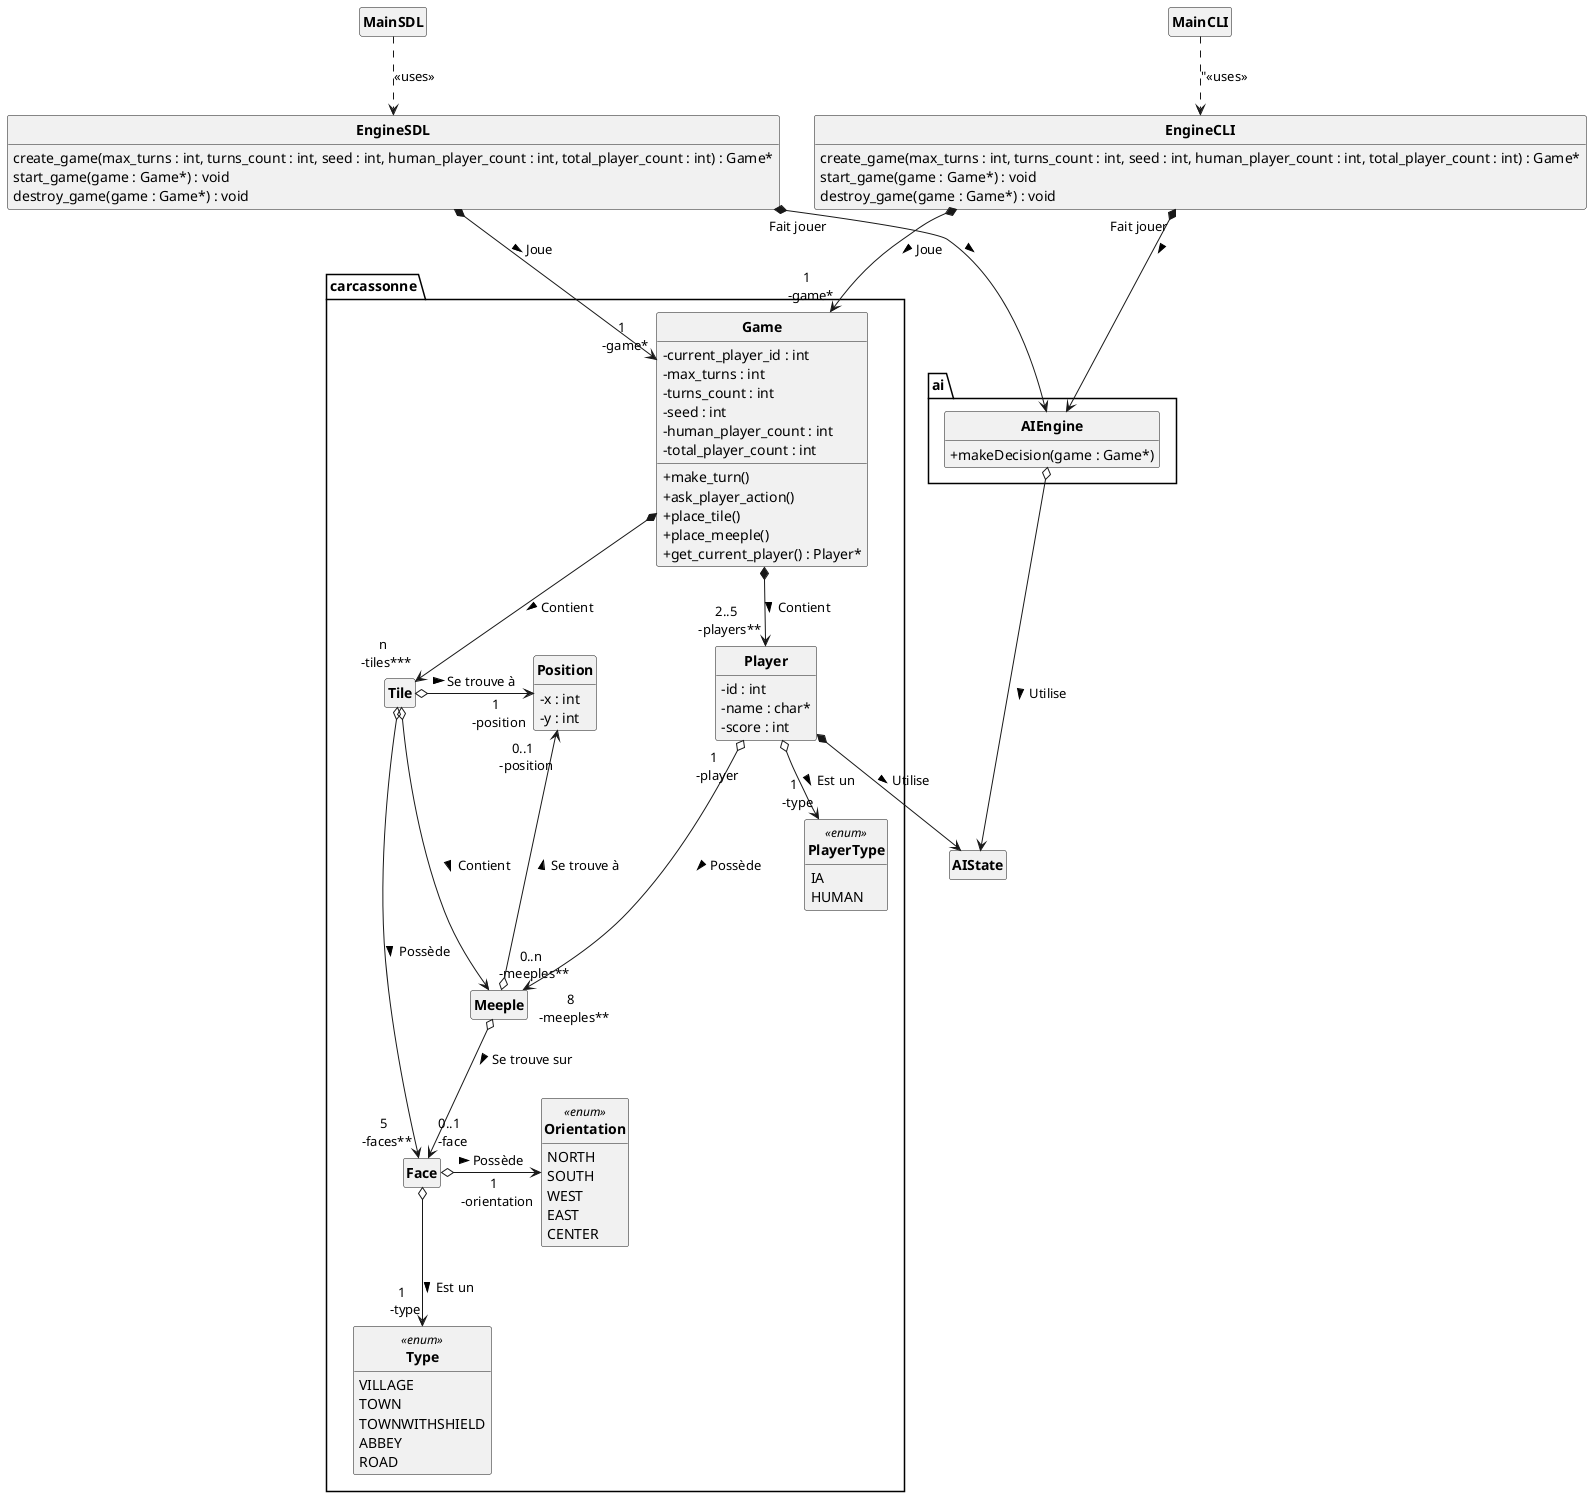
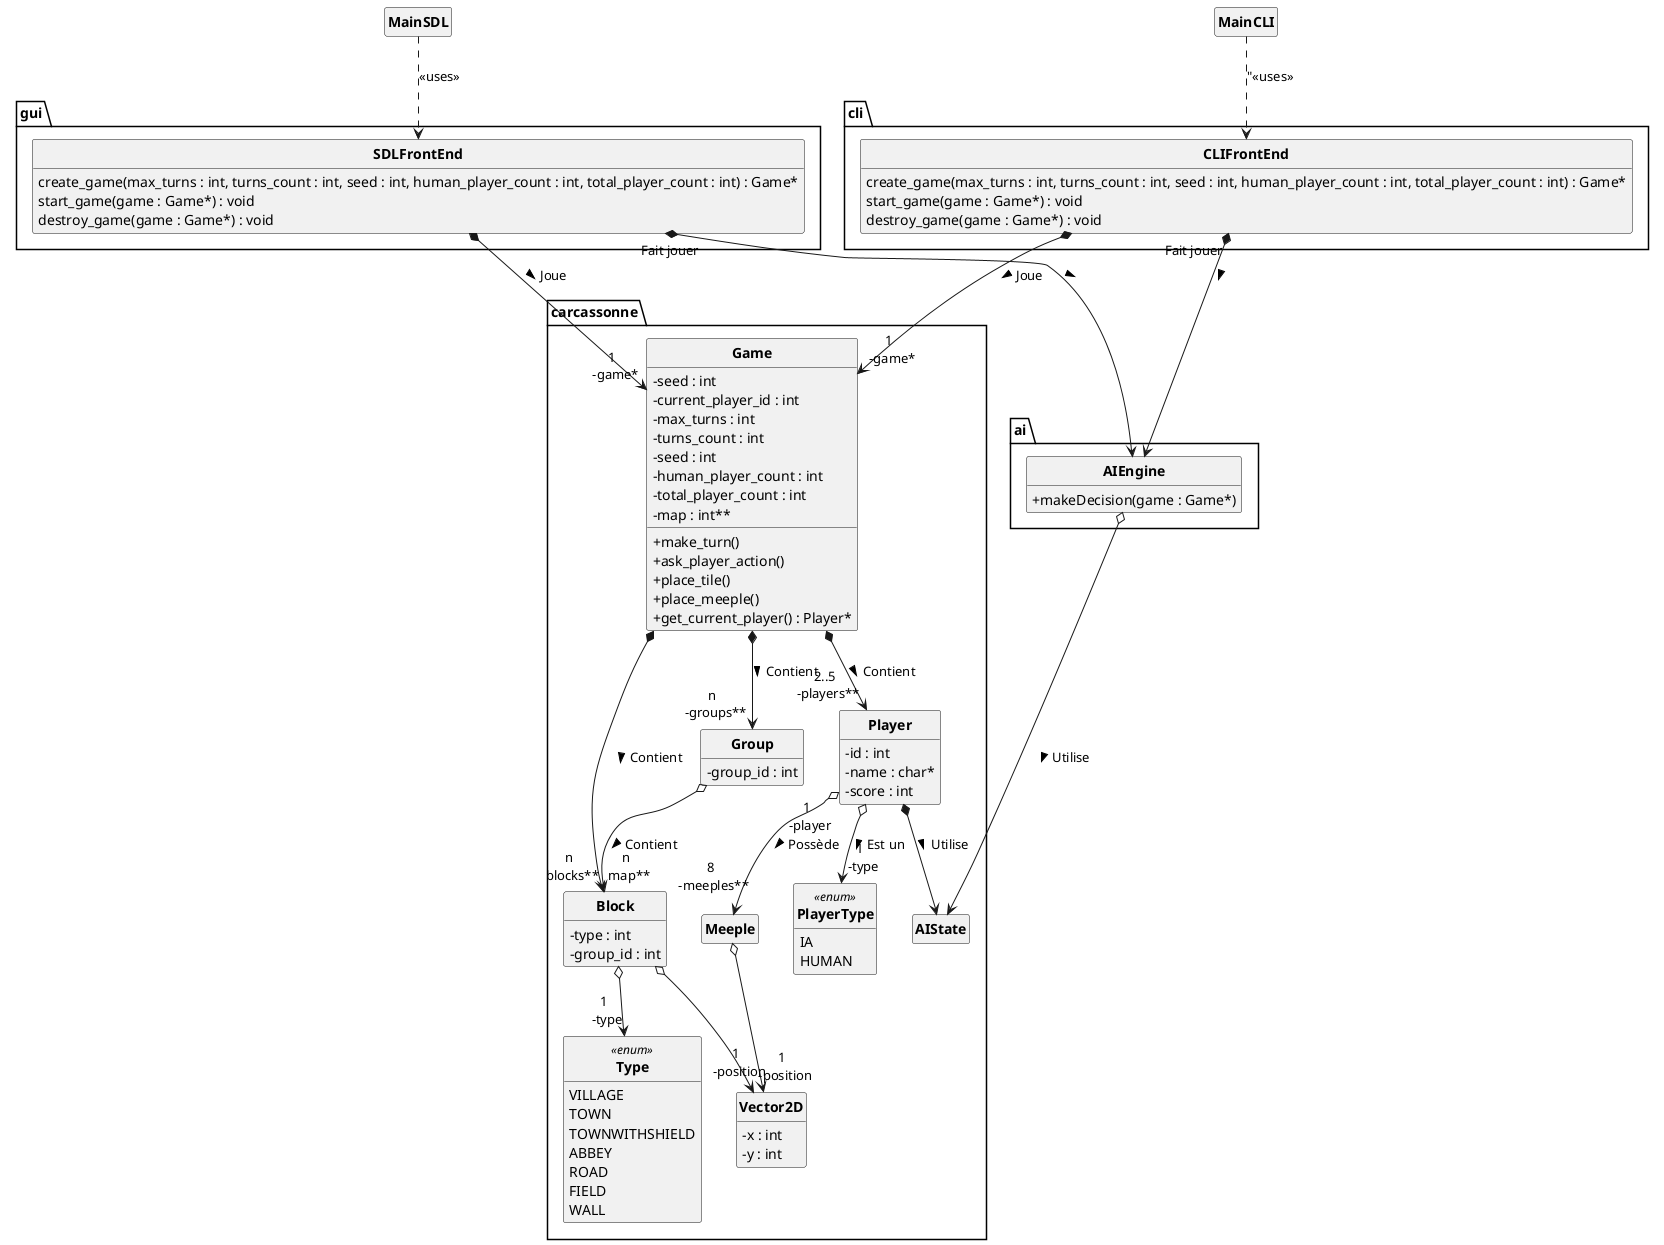
@startuml carcassonne

skinparam style strictuml
skinparam classAttributeIconSize 0
skinparam classFontStyle Bold
hide empty members

- class carcassonne.Position {
+ class carcassonne.Vector2D {
    - x : int
    - y : int
- }
- 
- class carcassonne.Tile {
- 
- }
- 
- class carcassonne.Face {
- 
}

class carcassonne.Meeple {

}

class carcassonne.Player {
    - id : int
    - name : char*
    - score : int
}

enum carcassonne.Type <<enum>>{
    VILLAGE
    TOWN
    TOWNWITHSHIELD
    ABBEY
    ROAD
- }
- 
- enum carcassonne.Orientation <<enum>>{
-     NORTH
-     SOUTH
-     WEST
-     EAST
-     CENTER
+     FIELD
+     WALL
}

enum carcassonne.PlayerType <<enum>>{
    IA
    HUMAN
}

+ class carcassonne.Block {
+     - type : int
+     - group_id : int
+ }
+ 
+ class carcassonne.Group {
+     - group_id : int
+ }
+ 
class carcassonne.Game {
+     - seed : int
    - current_player_id : int
    - max_turns : int
    - turns_count : int
    - seed : int
    - human_player_count : int
    - total_player_count : int
+     - map : int**
    + make_turn()
    + ask_player_action()
    + place_tile()
    + place_meeple()
    + get_current_player() : Player*
}

- class EngineSDL {
+ class gui.SDLFrontEnd {
    create_game(max_turns : int, turns_count : int, seed : int, human_player_count : int, total_player_count : int) : Game*
    start_game(game : Game*) : void
    destroy_game(game : Game*) : void
}

- class EngineCLI {
+ class cli.CLIFrontEnd {
    create_game(max_turns : int, turns_count : int, seed : int, human_player_count : int, total_player_count : int) : Game*
    start_game(game : Game*) : void
    destroy_game(game : Game*) : void
}

class ai.AIEngine {
    + makeDecision(game : Game*)
}

- class AIState {}
+ class carcassonne.AIState {}

class MainCLI {}
class MainSDL {}

- Tile o-r-> "1 \n -position" Position : Se trouve à >
- Tile o--> "5 \n -faces**" Face : Possède >
- Tile o--> "0..n \n -meeples**" Meeple : Contient >
- 
- Face o-r-> "1 \n -orientation" Orientation : Possède >
- Face o-d-> "1 \n -type" Type : Est un >
- 
- Meeple o-u--> "0..1 \n -position" Position : Se trouve à >
- Meeple o--> "0..1 \n -face" Face : Se trouve sur >
+ Block o--> "1 \n -position" Vector2D
+ Meeple o--> "1 \n -position" Vector2D

Player "1 \n -player" o-d-> "8 \n -meeples**" Meeple : Possède >
Player  o-d-> "1 \n -type" PlayerType : Est un >

Game *--> "2..5 \n -players**" Player : Contient >
- Game *--> "n \n -tiles***" Tile : Contient >
+ Game *--> "n \n -groups**" Group : Contient >
+ Game *--> "n \n map**" Block : Contient >
+ Group o--> "n \n blocks**" Block : Contient >

- EngineSDL *--> "1 \n -game*" Game : Joue >
+ Block o--> "1 \n -type" Type

- EngineCLI *--> AIEngine : "Fait jouer" >
- EngineSDL *--> AIEngine : "Fait jouer" >
+ SDLFrontEnd *--> "1 \n -game*" Game : Joue >

- MainSDL ..> EngineSDL  : "<<uses>>"
+ CLIFrontEnd *--> AIEngine : "Fait jouer" >
+ SDLFrontEnd *--> AIEngine : "Fait jouer" >

- EngineCLI *--> "1 \n -game*" Game : Joue >
- MainCLI ..> EngineCLI  : "<<uses>>
+ MainSDL ..> SDLFrontEnd  : "<<uses>>"
+ 
+ CLIFrontEnd *--> "1 \n -game*" Game : Joue >
+ MainCLI ..> CLIFrontEnd  : "<<uses>>

Player *--> AIState : Utilise >
AIEngine o--> AIState : Utilise >

@enduml